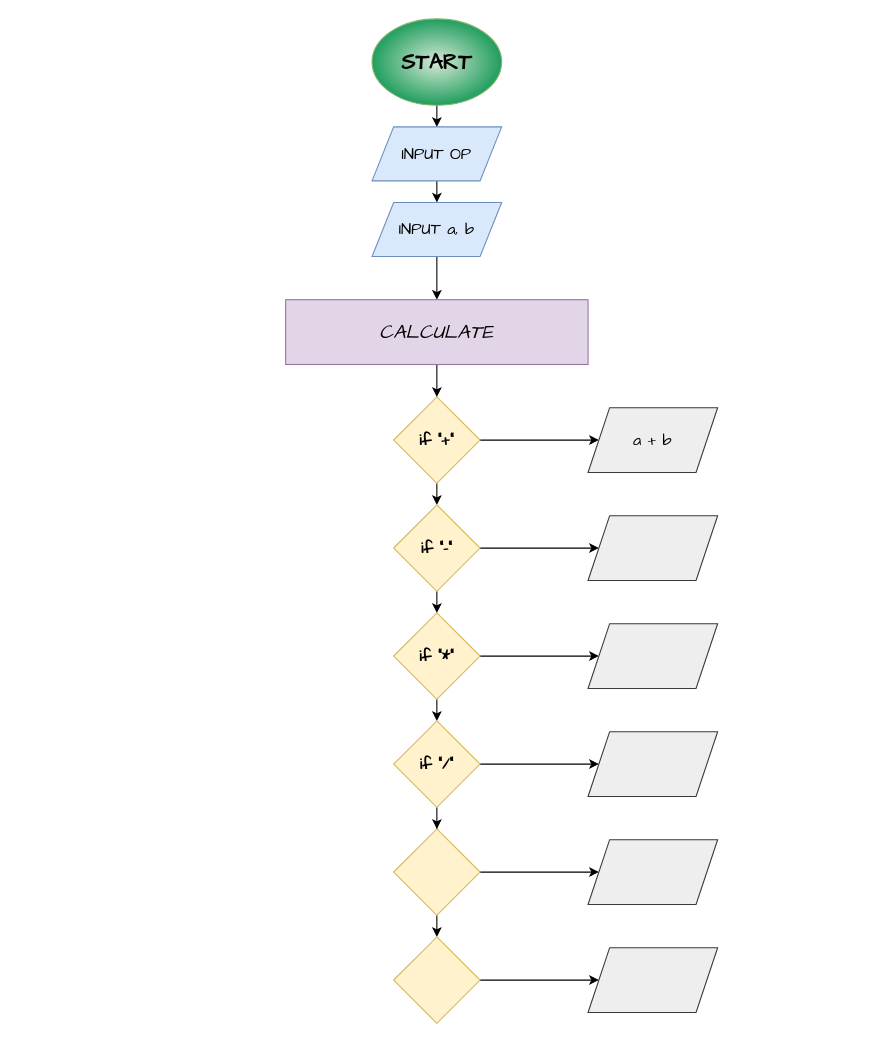
Earlier version of the draw.io diagram Ανώνυμο διάγραμμα.drawio (Vgvg777/Calculator-Diagram). Source tidied: cells renumbered, new cells numbered last; positions are measured from the earlier drawing's top-left corner, leaving out a move shared by most shapes. Both pictures are drawn from the tidied source at 108%, with x=0, y=0 at pixel (285, 18).
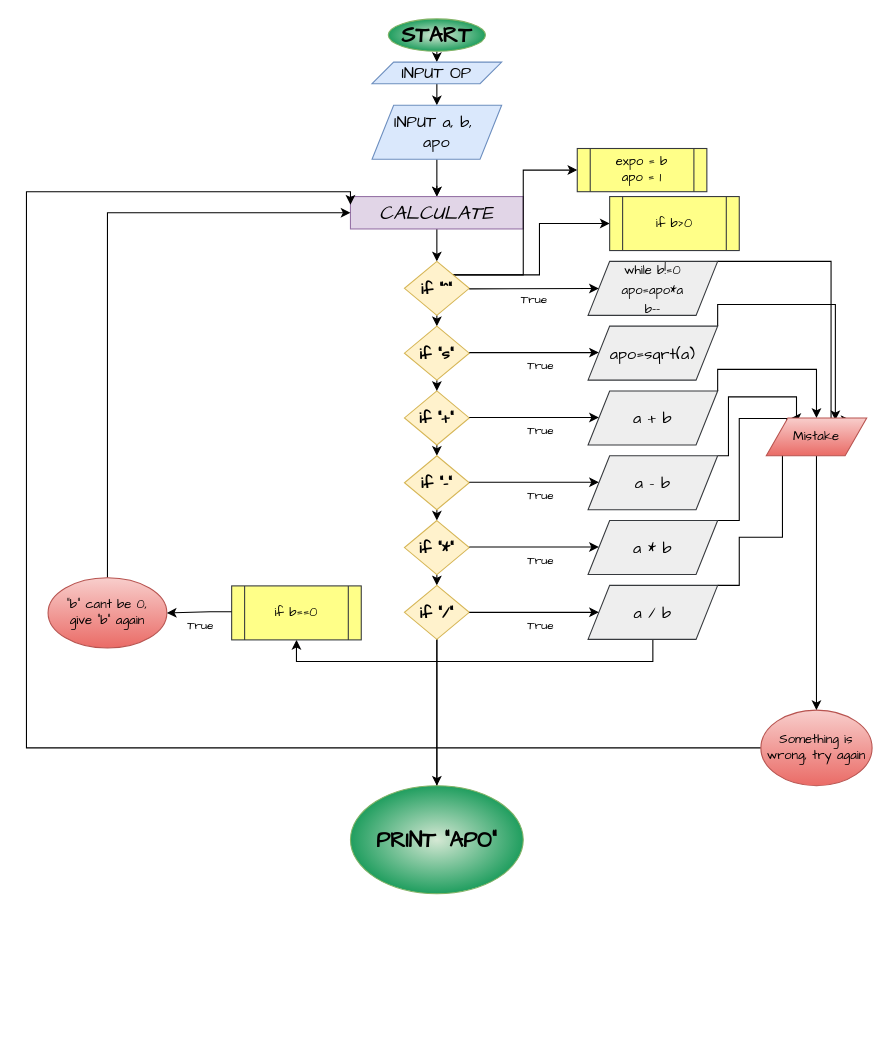
The same page after the edit.

Change to the diagram source:
```diff
@@
     <mxCell id="3" value="START" style="ellipse;whiteSpace=wrap;html=1;fontSize=20;fontFamily=Comic Sans MS;fontStyle=1;fillColor=#d5e8d4;strokeColor=#82b366;gradientColor=#209E5F;gradientDirection=radial;" parent="1" vertex="1">
-      <mxGeometry x="80" width="120" height="80" as="geometry" />
+      <mxGeometry x="95" width="90" height="30" as="geometry" />
     </mxCell>
@@
     <mxCell id="5" value="INPUT OP" style="shape=parallelogram;perimeter=parallelogramPerimeter;whiteSpace=wrap;html=1;fixedSize=1;fontFamily=Comic Sans MS;fontSize=15;fillColor=#dae8fc;strokeColor=#6c8ebf;" parent="1" vertex="1">
-      <mxGeometry x="80" y="100" width="120" height="50" as="geometry" />
+      <mxGeometry x="80" y="40" width="120" height="20" as="geometry" />
     </mxCell>
-    <mxCell id="6" style="edgeStyle=orthogonalEdgeStyle;rounded=0;jettySize=auto;html=1;exitX=0.5;exitY=1;exitDx=0;exitDy=0;entryX=0.5;entryY=0;entryDx=0;entryDy=0;fontFamily=Comic Sans MS;fontSize=18;" parent="1" edge="1" source="7" target="25">
-      <mxGeometry relative="1" as="geometry" />
+    <mxCell id="6" style="edgeStyle=orthogonalEdgeStyle;rounded=0;jettySize=auto;html=1;exitX=0.5;exitY=1;exitDx=0;exitDy=0;entryX=0.5;entryY=0;entryDx=0;entryDy=0;fontFamily=Comic Sans MS;fontSize=18;" parent="1" edge="1" target="25">
+      <mxGeometry relative="1" as="geometry">
+        <mxPoint x="140" y="154.5" as="sourcePoint" />
+      </mxGeometry>
     </mxCell>
+    <mxCell id="33" style="edgeStyle=orthogonalEdgeStyle;rounded=0;jettySize=auto;html=1;exitX=0.5;exitY=1;exitDx=0;exitDy=0;entryX=0.5;entryY=0;entryDx=0;entryDy=0;" parent="1" edge="1" source="7" target="25">
+      <mxGeometry relative="1" as="geometry" />
+    </mxCell>
-    <mxCell id="7" value="INPUT a, b" style="shape=parallelogram;perimeter=parallelogramPerimeter;whiteSpace=wrap;html=1;fixedSize=1;fontFamily=Comic Sans MS;fontSize=15;fillColor=#dae8fc;gradientDirection=radial;strokeColor=#6c8ebf;" parent="1" vertex="1">
-      <mxGeometry x="80" y="170" width="120" height="50" as="geometry" />
+    <mxCell id="7" value="INPUT a, b,&amp;nbsp;&lt;br&gt;apo" style="shape=parallelogram;perimeter=parallelogramPerimeter;whiteSpace=wrap;html=1;fixedSize=1;fontFamily=Comic Sans MS;fontSize=15;fillColor=#dae8fc;gradientDirection=radial;strokeColor=#6c8ebf;" parent="1" vertex="1">
+      <mxGeometry x="80" y="80" width="120" height="50" as="geometry" />
     </mxCell>
@@
-    <mxCell id="9" style="edgeStyle=orthogonalEdgeStyle;rounded=0;jettySize=auto;html=1;exitX=1;exitY=0.5;exitDx=0;exitDy=0;fontFamily=Comic Sans MS;fontSize=15;" parent="1" edge="1" source="10" target="20">
-      <mxGeometry relative="1" as="geometry" />
-    </mxCell>
     <mxCell id="10" value="&lt;b&gt;if &quot;+&quot;&lt;/b&gt;" style="rhombus;whiteSpace=wrap;html=1;fontFamily=Comic Sans MS;fontSize=15;fillColor=#fff2cc;gradientDirection=radial;strokeColor=#d6b656;" parent="1" vertex="1">
-      <mxGeometry x="100" y="350" width="80" height="80" as="geometry" />
+      <mxGeometry x="110" y="344.5" width="60" height="50" as="geometry" />
     </mxCell>
@@
-    <mxCell id="12" style="edgeStyle=orthogonalEdgeStyle;rounded=0;jettySize=auto;html=1;exitX=1;exitY=0.5;exitDx=0;exitDy=0;entryX=0;entryY=0.5;entryDx=0;entryDy=0;fontFamily=Comic Sans MS;fontSize=15;" parent="1" edge="1" source="13" target="21">
-      <mxGeometry relative="1" as="geometry" />
-    </mxCell>
     <mxCell id="13" value="if &quot;-&quot;" style="rhombus;whiteSpace=wrap;html=1;fontFamily=Comic Sans MS;fontSize=15;fillColor=#fff2cc;gradientDirection=radial;strokeColor=#d6b656;fontStyle=1;" parent="1" vertex="1">
-      <mxGeometry x="100" y="450" width="80" height="80" as="geometry" />
+      <mxGeometry x="110" y="404.5" width="60" height="50" as="geometry" />
     </mxCell>
@@
-    <mxCell id="15" style="edgeStyle=orthogonalEdgeStyle;rounded=0;jettySize=auto;html=1;exitX=1;exitY=0.5;exitDx=0;exitDy=0;entryX=0;entryY=0.5;entryDx=0;entryDy=0;fontFamily=Comic Sans MS;fontSize=15;" parent="1" edge="1" source="16" target="22">
-      <mxGeometry relative="1" as="geometry" />
-    </mxCell>
     <mxCell id="16" value="if &quot;*&quot;" style="rhombus;whiteSpace=wrap;html=1;fontFamily=Comic Sans MS;fontSize=15;fillColor=#fff2cc;gradientDirection=radial;strokeColor=#d6b656;fontStyle=1;" parent="1" vertex="1">
-      <mxGeometry x="100" y="550" width="80" height="80" as="geometry" />
+      <mxGeometry x="110" y="464.5" width="60" height="50" as="geometry" />
     </mxCell>
-    <mxCell id="17" style="edgeStyle=orthogonalEdgeStyle;rounded=0;jettySize=auto;html=1;exitX=1;exitY=0.5;exitDx=0;exitDy=0;entryX=0;entryY=0.5;entryDx=0;entryDy=0;fontFamily=Comic Sans MS;fontSize=15;" parent="1" edge="1" source="19" target="23">
-      <mxGeometry relative="1" as="geometry" />
-    </mxCell>
-    <mxCell id="18" style="edgeStyle=orthogonalEdgeStyle;rounded=0;jettySize=auto;html=1;exitX=0.5;exitY=1;exitDx=0;exitDy=0;fontFamily=Comic Sans MS;fontSize=18;" parent="1" edge="1" source="19" target="29">
-      <mxGeometry relative="1" as="geometry" />
-    </mxCell>
+    <mxCell id="34" style="edgeStyle=orthogonalEdgeStyle;rounded=0;jettySize=auto;html=1;exitX=0.5;exitY=1;exitDx=0;exitDy=0;entryX=0.5;entryY=0;entryDx=0;entryDy=0;fontFamily=Comic Sans MS;" parent="1" edge="1" source="19">
+      <mxGeometry relative="1" as="geometry">
+        <mxPoint x="140" y="720" as="targetPoint" />
+      </mxGeometry>
+    </mxCell>
+    <mxCell id="35" style="edgeStyle=orthogonalEdgeStyle;rounded=0;jettySize=auto;html=1;exitX=0.5;exitY=1;exitDx=0;exitDy=0;entryX=0.5;entryY=0;entryDx=0;entryDy=0;fontFamily=Comic Sans MS;" parent="1" edge="1" source="19" target="75">
+      <mxGeometry relative="1" as="geometry" />
+    </mxCell>
     <mxCell id="19" value="if &quot;/&quot;" style="rhombus;whiteSpace=wrap;html=1;fontFamily=Comic Sans MS;fontSize=15;fillColor=#fff2cc;gradientDirection=radial;strokeColor=#d6b656;fontStyle=1;" parent="1" vertex="1">
-      <mxGeometry x="100" y="650" width="80" height="80" as="geometry" />
+      <mxGeometry x="110" y="524.5" width="60" height="50" as="geometry" />
     </mxCell>
+    <mxCell id="36" style="edgeStyle=orthogonalEdgeStyle;rounded=0;jettySize=auto;html=1;exitX=1;exitY=0;exitDx=0;exitDy=0;entryX=0.5;entryY=0;entryDx=0;entryDy=0;fontFamily=Comic Sans MS;" parent="1" edge="1" source="20" target="74">
+      <mxGeometry relative="1" as="geometry" />
+    </mxCell>
     <mxCell id="20" value="a + b" style="shape=parallelogram;perimeter=parallelogramPerimeter;whiteSpace=wrap;html=1;fixedSize=1;fontFamily=Comic Sans MS;fontSize=15;fillColor=#eeeeee;gradientDirection=radial;strokeColor=#36393d;" parent="1" vertex="1">
-      <mxGeometry x="280" y="360" width="120" height="60" as="geometry" />
+      <mxGeometry x="280" y="344.5" width="120" height="50" as="geometry" />
     </mxCell>
+    <mxCell id="37" style="edgeStyle=orthogonalEdgeStyle;rounded=0;jettySize=auto;html=1;exitX=1;exitY=0;exitDx=0;exitDy=0;entryX=0.25;entryY=0;entryDx=0;entryDy=0;fontFamily=Comic Sans MS;" parent="1" edge="1" source="21" target="74">
+      <mxGeometry relative="1" as="geometry">
+        <Array as="points">
+          <mxPoint x="410" y="405" />
+          <mxPoint x="410" y="350" />
+          <mxPoint x="473" y="350" />
+        </Array>
+      </mxGeometry>
+    </mxCell>
-    <mxCell id="21" style="shape=parallelogram;perimeter=parallelogramPerimeter;whiteSpace=wrap;html=1;fixedSize=1;fontFamily=Comic Sans MS;fontSize=15;fillColor=#eeeeee;gradientDirection=radial;strokeColor=#36393d;" parent="1" vertex="1">
-      <mxGeometry x="280" y="460" width="120" height="60" as="geometry" />
+    <mxCell id="21" value="a - b" style="shape=parallelogram;perimeter=parallelogramPerimeter;whiteSpace=wrap;html=1;fixedSize=1;fontFamily=Comic Sans MS;fontSize=15;fillColor=#eeeeee;gradientDirection=radial;strokeColor=#36393d;" parent="1" vertex="1">
+      <mxGeometry x="280" y="404.5" width="120" height="50" as="geometry" />
     </mxCell>
+    <mxCell id="38" style="edgeStyle=orthogonalEdgeStyle;rounded=0;jettySize=auto;html=1;exitX=1;exitY=0;exitDx=0;exitDy=0;entryX=0;entryY=0.25;entryDx=0;entryDy=0;fontFamily=Comic Sans MS;" parent="1" edge="1" source="22" target="74">
+      <mxGeometry relative="1" as="geometry">
+        <Array as="points">
+          <mxPoint x="420" y="465" />
+          <mxPoint x="420" y="370" />
+          <mxPoint x="464" y="370" />
+        </Array>
+      </mxGeometry>
+    </mxCell>
-    <mxCell id="22" style="shape=parallelogram;perimeter=parallelogramPerimeter;whiteSpace=wrap;html=1;fixedSize=1;fontFamily=Comic Sans MS;fontSize=15;fillColor=#eeeeee;gradientDirection=radial;strokeColor=#36393d;" parent="1" vertex="1">
-      <mxGeometry x="280" y="560" width="120" height="60" as="geometry" />
+    <mxCell id="22" value="a * b" style="shape=parallelogram;perimeter=parallelogramPerimeter;whiteSpace=wrap;html=1;fixedSize=1;fontFamily=Comic Sans MS;fontSize=15;fillColor=#eeeeee;gradientDirection=radial;strokeColor=#36393d;" parent="1" vertex="1">
+      <mxGeometry x="280" y="464.5" width="120" height="50" as="geometry" />
     </mxCell>
+    <mxCell id="39" style="edgeStyle=orthogonalEdgeStyle;rounded=0;jettySize=auto;html=1;exitX=0.5;exitY=1;exitDx=0;exitDy=0;entryX=0.5;entryY=1;entryDx=0;entryDy=0;fontFamily=Comic Sans MS;" parent="1" edge="1" source="23" target="54">
+      <mxGeometry relative="1" as="geometry" />
+    </mxCell>
+    <mxCell id="40" style="edgeStyle=orthogonalEdgeStyle;rounded=0;jettySize=auto;html=1;exitX=1;exitY=0;exitDx=0;exitDy=0;entryX=0;entryY=0.5;entryDx=0;entryDy=0;fontFamily=Comic Sans MS;" parent="1" edge="1" source="23" target="74">
+      <mxGeometry relative="1" as="geometry">
+        <Array as="points">
+          <mxPoint x="420" y="525" />
+          <mxPoint x="420" y="480" />
+          <mxPoint x="460" y="480" />
+        </Array>
+      </mxGeometry>
+    </mxCell>
-    <mxCell id="23" style="shape=parallelogram;perimeter=parallelogramPerimeter;whiteSpace=wrap;html=1;fixedSize=1;fontFamily=Comic Sans MS;fontSize=15;fillColor=#eeeeee;gradientDirection=radial;strokeColor=#36393d;" parent="1" vertex="1">
-      <mxGeometry x="280" y="660" width="120" height="60" as="geometry" />
+    <mxCell id="23" value="a / b" style="shape=parallelogram;perimeter=parallelogramPerimeter;whiteSpace=wrap;html=1;fixedSize=1;fontFamily=Comic Sans MS;fontSize=15;fillColor=#eeeeee;gradientDirection=radial;strokeColor=#36393d;" parent="1" vertex="1">
+      <mxGeometry x="280" y="524.5" width="120" height="50" as="geometry" />
     </mxCell>
-    <mxCell id="24" style="edgeStyle=orthogonalEdgeStyle;rounded=0;jettySize=auto;html=1;exitX=0.5;exitY=1;exitDx=0;exitDy=0;fontFamily=Comic Sans MS;fontSize=18;" parent="1" edge="1" source="25" target="10">
-      <mxGeometry relative="1" as="geometry" />
-    </mxCell>
+    <mxCell id="41" style="edgeStyle=orthogonalEdgeStyle;rounded=0;jettySize=auto;html=1;exitX=0.5;exitY=1;exitDx=0;exitDy=0;entryX=0.5;entryY=0;entryDx=0;entryDy=0;" parent="1" edge="1" source="25" target="45">
+      <mxGeometry relative="1" as="geometry" />
+    </mxCell>
     <mxCell id="25" value="CALCULATE" style="rounded=0;whiteSpace=wrap;html=1;fontFamily=Comic Sans MS;fontSize=18;fillColor=#e1d5e7;gradientDirection=radial;strokeColor=#9673a6;fontStyle=2;" parent="1" vertex="1">
-      <mxGeometry y="260" width="280" height="60" as="geometry" />
+      <mxGeometry x="60" y="164.5" width="160" height="30" as="geometry" />
     </mxCell>
-    <mxCell id="26" style="shape=parallelogram;perimeter=parallelogramPerimeter;whiteSpace=wrap;html=1;fixedSize=1;fontFamily=Comic Sans MS;fontSize=15;fillColor=#eeeeee;gradientDirection=radial;strokeColor=#36393d;" parent="1" vertex="1">
-      <mxGeometry x="280" y="760" width="120" height="60" as="geometry" />
-    </mxCell>
-    <mxCell id="27" style="edgeStyle=orthogonalEdgeStyle;rounded=0;jettySize=auto;html=1;exitX=1;exitY=0.5;exitDx=0;exitDy=0;entryX=0;entryY=0.5;entryDx=0;entryDy=0;fontFamily=Comic Sans MS;fontSize=18;" parent="1" edge="1" source="29" target="26">
-      <mxGeometry relative="1" as="geometry" />
-    </mxCell>
-    <mxCell id="28" style="edgeStyle=orthogonalEdgeStyle;rounded=0;jettySize=auto;html=1;exitX=0.5;exitY=1;exitDx=0;exitDy=0;entryX=0.5;entryY=0;entryDx=0;entryDy=0;fontFamily=Comic Sans MS;fontSize=18;" parent="1" edge="1" source="29" target="32">
-      <mxGeometry relative="1" as="geometry" />
-    </mxCell>
-    <mxCell id="29" style="rhombus;whiteSpace=wrap;html=1;fontFamily=Comic Sans MS;fontSize=15;fillColor=#fff2cc;gradientDirection=radial;strokeColor=#d6b656;" parent="1" vertex="1">
-      <mxGeometry x="100" y="750" width="80" height="80" as="geometry" />
-    </mxCell>
-    <mxCell id="30" style="shape=parallelogram;perimeter=parallelogramPerimeter;whiteSpace=wrap;html=1;fixedSize=1;fontFamily=Comic Sans MS;fontSize=15;fillColor=#eeeeee;gradientDirection=radial;strokeColor=#36393d;" parent="1" vertex="1">
-      <mxGeometry x="280" y="860" width="120" height="60" as="geometry" />
-    </mxCell>
-    <mxCell id="31" style="edgeStyle=orthogonalEdgeStyle;rounded=0;jettySize=auto;html=1;exitX=1;exitY=0.5;exitDx=0;exitDy=0;entryX=0;entryY=0.5;entryDx=0;entryDy=0;fontFamily=Comic Sans MS;fontSize=18;" parent="1" edge="1" source="32" target="30">
-      <mxGeometry relative="1" as="geometry" />
-    </mxCell>
-    <mxCell id="32" style="rhombus;whiteSpace=wrap;html=1;fontFamily=Comic Sans MS;fontSize=15;fillColor=#fff2cc;gradientDirection=radial;strokeColor=#d6b656;" parent="1" vertex="1">
-      <mxGeometry x="100" y="850" width="80" height="80" as="geometry" />
-    </mxCell>
+    <mxCell id="42" style="edgeStyle=orthogonalEdgeStyle;rounded=0;jettySize=auto;html=1;exitX=0.5;exitY=1;exitDx=0;exitDy=0;entryX=0.5;entryY=0;entryDx=0;entryDy=0;" parent="1" edge="1" source="45" target="47">
+      <mxGeometry relative="1" as="geometry" />
+    </mxCell>
+    <mxCell id="43" style="edgeStyle=orthogonalEdgeStyle;rounded=0;jettySize=auto;html=1;exitX=1;exitY=0;exitDx=0;exitDy=0;entryX=0;entryY=0.5;entryDx=0;entryDy=0;" parent="1" edge="1" source="45" target="50">
+      <mxGeometry relative="1" as="geometry" />
+    </mxCell>
+    <mxCell id="44" style="edgeStyle=orthogonalEdgeStyle;rounded=0;jettySize=auto;html=1;exitX=1;exitY=0;exitDx=0;exitDy=0;entryX=0;entryY=0.5;entryDx=0;entryDy=0;fontFamily=Comic Sans MS;" parent="1" edge="1" source="45" target="51">
+      <mxGeometry relative="1" as="geometry" />
+    </mxCell>
+    <mxCell id="45" value="&lt;b&gt;if &quot;^&quot;&lt;/b&gt;" style="rhombus;whiteSpace=wrap;html=1;fontFamily=Comic Sans MS;fontSize=15;fillColor=#fff2cc;gradientDirection=radial;strokeColor=#d6b656;" parent="1" vertex="1">
+      <mxGeometry x="110" y="224.5" width="60" height="50" as="geometry" />
+    </mxCell>
+    <mxCell id="46" style="edgeStyle=orthogonalEdgeStyle;rounded=0;jettySize=auto;html=1;exitX=0.5;exitY=1;exitDx=0;exitDy=0;entryX=0.5;entryY=0;entryDx=0;entryDy=0;" parent="1" edge="1" source="47" target="10">
+      <mxGeometry relative="1" as="geometry" />
+    </mxCell>
+    <mxCell id="47" value="&lt;b&gt;if &quot;s&quot;&lt;/b&gt;" style="rhombus;whiteSpace=wrap;html=1;fontFamily=Comic Sans MS;fontSize=15;fillColor=#fff2cc;gradientDirection=radial;strokeColor=#d6b656;" parent="1" vertex="1">
+      <mxGeometry x="110" y="284.5" width="60" height="50" as="geometry" />
+    </mxCell>
+    <mxCell id="48" style="edgeStyle=orthogonalEdgeStyle;rounded=0;jettySize=auto;html=1;exitX=1;exitY=0;exitDx=0;exitDy=0;entryX=0.688;entryY=0.057;entryDx=0;entryDy=0;entryPerimeter=0;fontFamily=Comic Sans MS;" parent="1" edge="1" source="49" target="74">
+      <mxGeometry relative="1" as="geometry" />
+    </mxCell>
+    <mxCell id="49" value="apo=sqrt(a)" style="shape=parallelogram;perimeter=parallelogramPerimeter;whiteSpace=wrap;html=1;fixedSize=1;fontFamily=Comic Sans MS;fontSize=15;fillColor=#eeeeee;gradientDirection=radial;strokeColor=#36393d;" parent="1" vertex="1">
+      <mxGeometry x="280" y="284.5" width="120" height="50" as="geometry" />
+    </mxCell>
+    <mxCell id="50" value="expo = b&lt;br&gt;apo = 1" style="shape=process;whiteSpace=wrap;html=1;backgroundOutline=1;fillColor=#ffff88;strokeColor=#36393d;fontFamily=Comic Sans MS;" parent="1" vertex="1">
+      <mxGeometry x="270" y="120" width="120" height="40" as="geometry" />
+    </mxCell>
+    <mxCell id="51" value="if b&amp;gt;0" style="shape=process;whiteSpace=wrap;html=1;backgroundOutline=1;fillColor=#ffff88;strokeColor=#36393d;fontFamily=Comic Sans MS;" parent="1" vertex="1">
+      <mxGeometry x="300" y="164.5" width="120" height="50" as="geometry" />
+    </mxCell>
+    <mxCell id="52" style="edgeStyle=orthogonalEdgeStyle;rounded=0;jettySize=auto;html=1;exitX=1;exitY=0;exitDx=0;exitDy=0;entryX=0.839;entryY=0.057;entryDx=0;entryDy=0;entryPerimeter=0;fontFamily=Comic Sans MS;" parent="1" edge="1" source="53" target="74">
+      <mxGeometry relative="1" as="geometry">
+        <Array as="points">
+          <mxPoint x="505" y="225" />
+        </Array>
+      </mxGeometry>
+    </mxCell>
+    <mxCell id="53" value="&lt;span style=&quot;font-size: 12px;&quot;&gt;while b!=0&lt;/span&gt;&lt;br style=&quot;font-size: 12px;&quot;&gt;&lt;span style=&quot;font-size: 12px;&quot;&gt;apo=apo*a&lt;/span&gt;&lt;br style=&quot;font-size: 12px;&quot;&gt;&lt;span style=&quot;font-size: 12px;&quot;&gt;b--&lt;/span&gt;" style="shape=parallelogram;perimeter=parallelogramPerimeter;whiteSpace=wrap;html=1;fixedSize=1;fontFamily=Comic Sans MS;fontSize=15;fillColor=#eeeeee;gradientDirection=radial;strokeColor=#36393d;" parent="1" vertex="1">
+      <mxGeometry x="280" y="224.5" width="120" height="50" as="geometry" />
+    </mxCell>
+    <mxCell id="54" value="if b==0" style="shape=process;whiteSpace=wrap;html=1;backgroundOutline=1;fillColor=#ffff88;strokeColor=#36393d;fontFamily=Comic Sans MS;" parent="1" vertex="1">
+      <mxGeometry x="-50" y="525" width="120" height="50" as="geometry" />
+    </mxCell>
+    <mxCell id="55" style="edgeStyle=orthogonalEdgeStyle;rounded=0;jettySize=auto;html=1;exitX=0.5;exitY=0;exitDx=0;exitDy=0;entryX=0;entryY=0.5;entryDx=0;entryDy=0;fontFamily=Comic Sans MS;" parent="1" edge="1" source="56" target="25">
+      <mxGeometry relative="1" as="geometry" />
+    </mxCell>
+    <mxCell id="56" value="&quot;b&quot; cant be 0,&lt;br&gt;give &quot;b&quot; again" style="ellipse;whiteSpace=wrap;html=1;fontFamily=Comic Sans MS;fillColor=#f8cecc;strokeColor=#b85450;gradientColor=#ea6b66;" parent="1" vertex="1">
+      <mxGeometry x="-220" y="517.5" width="110" height="65" as="geometry" />
+    </mxCell>
+    <mxCell id="57" style="endArrow=classic;html=1;rounded=0;fontFamily=Comic Sans MS;" parent="1" edge="1" target="53">
+      <mxGeometry relative="1" as="geometry">
+        <mxPoint x="170" y="250" as="sourcePoint" />
+      </mxGeometry>
+    </mxCell>
+    <mxCell id="58" value="True" style="edgeLabel;html=1;align=center;verticalAlign=middle;fontFamily=Comic Sans MS;" parent="57" vertex="1">
+      <mxGeometry relative="1" as="geometry">
+        <mxPoint y="10" as="offset" />
+      </mxGeometry>
+    </mxCell>
+    <mxCell id="59" style="endArrow=classic;html=1;rounded=0;fontFamily=Comic Sans MS;" parent="1" edge="1">
+      <mxGeometry relative="1" as="geometry">
+        <mxPoint x="170" y="309" as="sourcePoint" />
+        <mxPoint x="290" y="309" as="targetPoint" />
+      </mxGeometry>
+    </mxCell>
+    <mxCell id="60" value="True" style="edgeLabel;html=1;align=center;verticalAlign=middle;fontFamily=Comic Sans MS;" parent="59" vertex="1">
+      <mxGeometry relative="1" as="geometry">
+        <mxPoint x="5" y="11" as="offset" />
+      </mxGeometry>
+    </mxCell>
+    <mxCell id="61" style="endArrow=classic;html=1;rounded=0;fontFamily=Comic Sans MS;" parent="1" edge="1">
+      <mxGeometry relative="1" as="geometry">
+        <mxPoint x="170" y="369" as="sourcePoint" />
+        <mxPoint x="290" y="369" as="targetPoint" />
+      </mxGeometry>
+    </mxCell>
+    <mxCell id="62" value="True" style="edgeLabel;html=1;align=center;verticalAlign=middle;fontFamily=Comic Sans MS;" parent="61" vertex="1">
+      <mxGeometry relative="1" as="geometry">
+        <mxPoint x="5" y="11" as="offset" />
+      </mxGeometry>
+    </mxCell>
+    <mxCell id="63" style="endArrow=classic;html=1;rounded=0;fontFamily=Comic Sans MS;" parent="1" edge="1">
+      <mxGeometry relative="1" as="geometry">
+        <mxPoint x="170" y="429" as="sourcePoint" />
+        <mxPoint x="290" y="429" as="targetPoint" />
+      </mxGeometry>
+    </mxCell>
+    <mxCell id="64" value="True" style="edgeLabel;html=1;align=center;verticalAlign=middle;fontFamily=Comic Sans MS;" parent="63" vertex="1">
+      <mxGeometry relative="1" as="geometry">
+        <mxPoint x="5" y="11" as="offset" />
+      </mxGeometry>
+    </mxCell>
+    <mxCell id="65" style="endArrow=classic;html=1;rounded=0;fontFamily=Comic Sans MS;" parent="1" edge="1">
+      <mxGeometry relative="1" as="geometry">
+        <mxPoint x="170" y="489" as="sourcePoint" />
+        <mxPoint x="290" y="489" as="targetPoint" />
+      </mxGeometry>
+    </mxCell>
+    <mxCell id="66" value="True" style="edgeLabel;html=1;align=center;verticalAlign=middle;fontFamily=Comic Sans MS;" parent="65" vertex="1">
+      <mxGeometry relative="1" as="geometry">
+        <mxPoint x="5" y="11" as="offset" />
+      </mxGeometry>
+    </mxCell>
+    <mxCell id="67" style="endArrow=classic;html=1;rounded=0;fontFamily=Comic Sans MS;" parent="1" edge="1">
+      <mxGeometry relative="1" as="geometry">
+        <mxPoint x="170" y="549.5" as="sourcePoint" />
+        <mxPoint x="290" y="549.5" as="targetPoint" />
+      </mxGeometry>
+    </mxCell>
+    <mxCell id="68" value="True" style="edgeLabel;html=1;align=center;verticalAlign=middle;fontFamily=Comic Sans MS;" parent="67" vertex="1">
+      <mxGeometry relative="1" as="geometry">
+        <mxPoint x="5" y="11" as="offset" />
+      </mxGeometry>
+    </mxCell>
+    <mxCell id="69" style="endArrow=classic;html=1;rounded=0;fontFamily=Comic Sans MS;entryX=1;entryY=0.5;entryDx=0;entryDy=0;" parent="1" edge="1" target="56">
+      <mxGeometry relative="1" as="geometry">
+        <mxPoint x="-50" y="549" as="sourcePoint" />
+        <Array as="points">
+          <mxPoint x="-70" y="549" />
+        </Array>
+      </mxGeometry>
+    </mxCell>
+    <mxCell id="70" value="True" style="edgeLabel;html=1;align=center;verticalAlign=middle;fontFamily=Comic Sans MS;" parent="69" vertex="1">
+      <mxGeometry relative="1" as="geometry">
+        <mxPoint y="11" as="offset" />
+      </mxGeometry>
+    </mxCell>
+    <mxCell id="71" style="edgeStyle=orthogonalEdgeStyle;rounded=0;jettySize=auto;html=1;exitX=0;exitY=0.5;exitDx=0;exitDy=0;entryX=0;entryY=0.25;entryDx=0;entryDy=0;fontFamily=Comic Sans MS;" parent="1" edge="1" source="72" target="25">
+      <mxGeometry relative="1" as="geometry">
+        <Array as="points">
+          <mxPoint x="-240" y="675" />
+          <mxPoint x="-240" y="160" />
+          <mxPoint x="60" y="160" />
+        </Array>
+      </mxGeometry>
+    </mxCell>
+    <mxCell id="72" value="Something is wrong, try again" style="ellipse;whiteSpace=wrap;html=1;fontFamily=Comic Sans MS;fillColor=#f8cecc;gradientColor=#ea6b66;strokeColor=#b85450;" parent="1" vertex="1">
+      <mxGeometry x="440" y="640" width="103" height="70" as="geometry" />
+    </mxCell>
+    <mxCell id="73" style="edgeStyle=orthogonalEdgeStyle;rounded=0;jettySize=auto;html=1;exitX=0.5;exitY=1;exitDx=0;exitDy=0;fontFamily=Comic Sans MS;" parent="1" edge="1" source="74" target="72">
+      <mxGeometry relative="1" as="geometry" />
+    </mxCell>
+    <mxCell id="74" value="Mistake" style="shape=parallelogram;perimeter=parallelogramPerimeter;whiteSpace=wrap;html=1;fixedSize=1;fontFamily=Comic Sans MS;fillColor=#f8cecc;gradientColor=#ea6b66;strokeColor=#b85450;" parent="1" vertex="1">
+      <mxGeometry x="445" y="369.5" width="93" height="35" as="geometry" />
+    </mxCell>
+    <mxCell id="75" value="PRINT &quot;APO&quot;" style="ellipse;whiteSpace=wrap;html=1;fontSize=20;fontFamily=Comic Sans MS;fontStyle=1;fillColor=#d5e8d4;strokeColor=#82b366;gradientColor=#209E5F;gradientDirection=radial;" parent="1" vertex="1">
+      <mxGeometry x="60" y="710" width="160" height="100" as="geometry" />
+    </mxCell>
```
